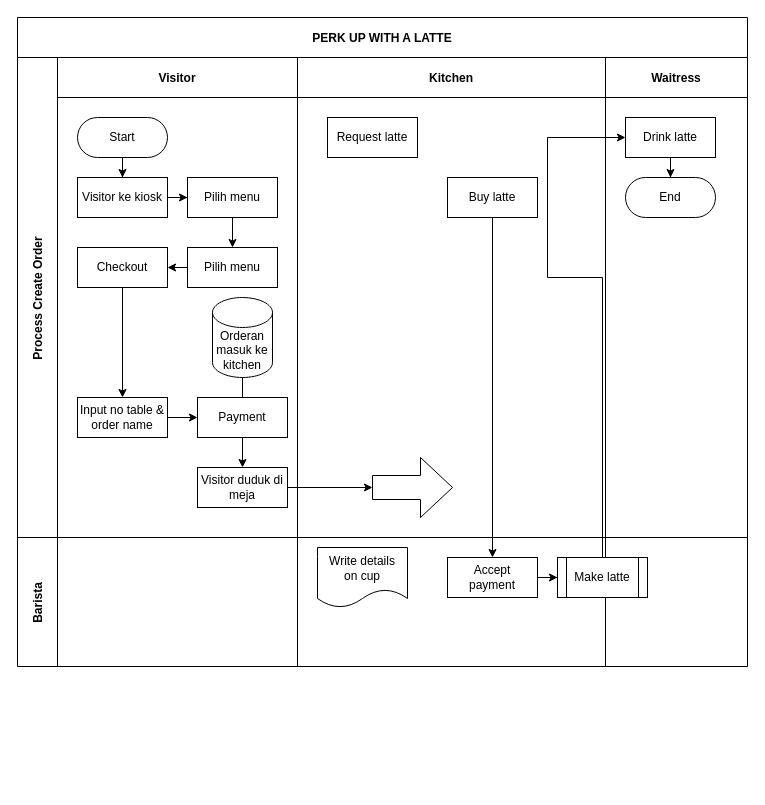
Before: Untitled Diagram.drawio in liemichael20/checkout-demo-laravel, a draw.io diagram. Source tidied: cells renumbered, new cells numbered last; positions are measured from the earlier drawing's top-left corner, leaving out a move shared by most shapes. Both pictures are drawn from the tidied source at 100%, with x=0, y=0 at pixel (17, 17).
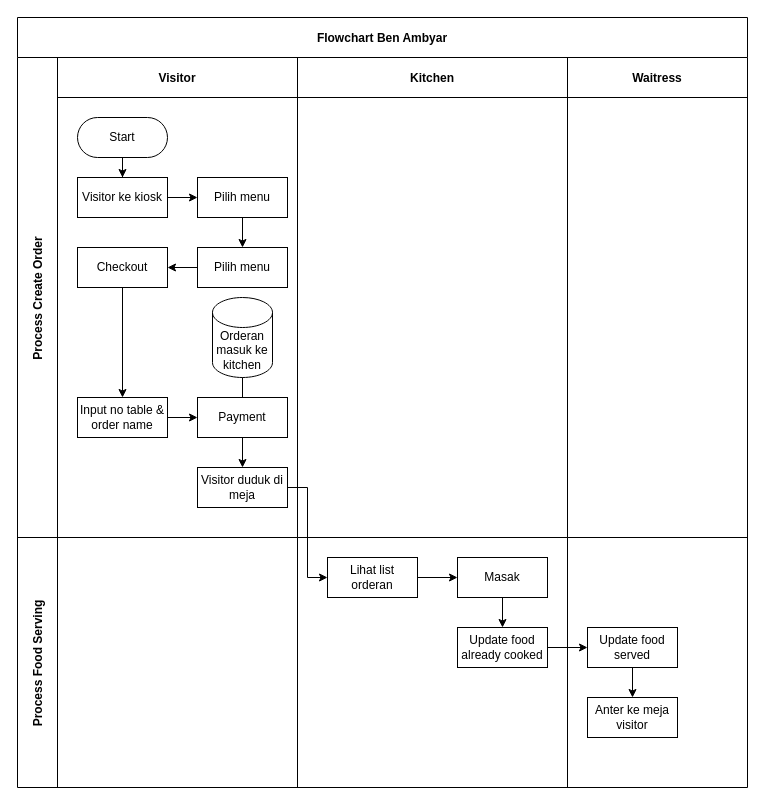
After the change.

Commit message (it also covers changes not shown here):
Ben Ambyar Resto App

Unchanged cells that the change refers to:
```xml
<mxCell id="3" value="Process Create Order" style="shape=tableRow;horizontal=0;swimlaneHead=0;swimlaneBody=0;top=0;left=0;bottom=0;right=0;fillColor=none;startSize=40;fontStyle=1;verticalAlign=middle;" parent="2" vertex="1">
  <mxGeometry y="40" width="730" height="480" as="geometry" />
</mxCell>
<mxCell id="4" value="Visitor" style="swimlane;swimlaneHead=0;swimlaneBody=0;fillColor=none;startSize=40;fontStyle=1;" parent="3" vertex="1">
  <mxGeometry x="40" width="240" height="480" as="geometry" />
</mxCell>
<mxCell id="21" value="Visitor duduk di meja" style="rounded=0;whiteSpace=wrap;html=1;" parent="4" vertex="1">
  <mxGeometry x="140" y="410" width="90" height="40" as="geometry" />
</mxCell>
```

Change to the diagram source:
```diff
@@
-    <mxCell id="2" value="PERK UP WITH A LATTE" style="shape=table;childLayout=tableLayout;startSize=40;fillColor=none;fontStyle=1;strokeColor=default;" parent="1" vertex="1">
-      <mxGeometry width="730" height="649" as="geometry" />
+    <mxCell id="2" value="Flowchart Ben Ambyar" style="shape=table;childLayout=tableLayout;startSize=40;fillColor=none;fontStyle=1;strokeColor=default;" parent="1" vertex="1">
+      <mxGeometry width="730" height="770" as="geometry" />
     </mxCell>
@@
     <mxCell id="8" value="Pilih menu" style="rounded=0;whiteSpace=wrap;html=1;" parent="4" vertex="1">
-      <mxGeometry x="130" y="120" width="90" height="40" as="geometry" />
+      <mxGeometry x="140" y="120" width="90" height="40" as="geometry" />
     </mxCell>
@@
     <mxCell id="10" value="Pilih menu" style="rounded=0;whiteSpace=wrap;html=1;" parent="4" vertex="1">
-      <mxGeometry x="130" y="190" width="90" height="40" as="geometry" />
+      <mxGeometry x="140" y="190" width="90" height="40" as="geometry" />
     </mxCell>
@@
     <mxCell id="22" value="Kitchen" style="swimlane;swimlaneHead=0;swimlaneBody=0;fillColor=none;startSize=40;fontStyle=1;" parent="3" vertex="1">
-      <mxGeometry x="280" width="308" height="480" as="geometry" />
+      <mxGeometry x="280" width="270" height="480" as="geometry" />
     </mxCell>
-    <mxCell id="23" value="Request latte" style="rounded=0;whiteSpace=wrap;html=1;" parent="22" vertex="1">
-      <mxGeometry x="30" y="60" width="90" height="40" as="geometry" />
-    </mxCell>
-    <mxCell id="24" value="Buy latte" style="rounded=0;whiteSpace=wrap;html=1;" parent="22" vertex="1">
-      <mxGeometry x="150" y="120" width="90" height="40" as="geometry" />
-    </mxCell>
-    <mxCell id="25" style="shape=singleArrow;whiteSpace=wrap;html=1;arrowWidth=0.4;arrowSize=0.4;rounded=0;" parent="22" vertex="1">
-      <mxGeometry x="75" y="400" width="80" height="60" as="geometry" />
-    </mxCell>
     <mxCell id="26" value="Waitress" style="swimlane;swimlaneHead=0;swimlaneBody=0;fillColor=none;startSize=40;fontStyle=1;" parent="3" vertex="1">
-      <mxGeometry x="588" width="142" height="480" as="geometry" />
+      <mxGeometry x="550" width="180" height="480" as="geometry" />
     </mxCell>
-    <mxCell id="27" style="edgeStyle=orthogonalEdgeStyle;rounded=0;jettySize=auto;html=1;" parent="26" edge="1" source="28" target="29">
-      <mxGeometry relative="1" as="geometry" />
-    </mxCell>
-    <mxCell id="28" value="Drink latte" style="rounded=0;whiteSpace=wrap;html=1;" parent="26" vertex="1">
-      <mxGeometry x="20" y="60" width="90" height="40" as="geometry" />
-    </mxCell>
-    <mxCell id="29" value="End" style="rounded=1;whiteSpace=wrap;html=1;arcSize=50;" parent="26" vertex="1">
-      <mxGeometry x="20" y="120" width="90" height="40" as="geometry" />
-    </mxCell>
-    <mxCell id="30" style="edgeStyle=orthogonalEdgeStyle;rounded=0;jettySize=auto;html=1;" parent="3" edge="1" source="21" target="25">
-      <mxGeometry relative="1" as="geometry" />
-    </mxCell>
-    <mxCell id="31" value="Barista" style="shape=tableRow;horizontal=0;swimlaneHead=0;swimlaneBody=0;top=0;left=0;bottom=0;right=0;fillColor=none;startSize=40;fontStyle=1;" parent="2" vertex="1">
-      <mxGeometry y="520" width="730" height="129" as="geometry" />
+    <mxCell id="31" value="Process Food Serving" style="shape=tableRow;horizontal=0;swimlaneHead=0;swimlaneBody=0;top=0;left=0;bottom=0;right=0;fillColor=none;startSize=40;fontStyle=1;" parent="2" vertex="1">
+      <mxGeometry y="520" width="730" height="250" as="geometry" />
     </mxCell>
     <mxCell id="32" style="swimlane;swimlaneHead=0;swimlaneBody=0;fillColor=none;startSize=0;fontStyle=1;" parent="31" vertex="1">
-      <mxGeometry x="40" width="240" height="129" as="geometry" />
+      <mxGeometry x="40" width="240" height="250" as="geometry" />
     </mxCell>
     <mxCell id="33" style="swimlane;swimlaneHead=0;swimlaneBody=0;fillColor=none;startSize=0;fontStyle=1;" parent="31" vertex="1">
-      <mxGeometry x="280" width="308" height="129" as="geometry" />
+      <mxGeometry x="280" width="270" height="250" as="geometry" />
     </mxCell>
-    <mxCell id="34" style="edgeStyle=orthogonalEdgeStyle;rounded=0;jettySize=auto;html=1;" parent="33" edge="1" source="35" target="37">
-      <mxGeometry relative="1" as="geometry" />
-    </mxCell>
-    <mxCell id="35" value="Accept&lt;br&gt;payment" style="rounded=0;whiteSpace=wrap;html=1;" parent="33" vertex="1">
-      <mxGeometry x="150" y="20" width="90" height="40" as="geometry" />
-    </mxCell>
-    <mxCell id="36" value="Write details&lt;br&gt;on cup" style="shape=document;whiteSpace=wrap;html=1;boundedLbl=1;" parent="33" vertex="1">
-      <mxGeometry x="20" y="10" width="90" height="60" as="geometry" />
-    </mxCell>
-    <mxCell id="37" value="Make latte" style="shape=process;whiteSpace=wrap;html=1;backgroundOutline=1;" parent="33" vertex="1">
-      <mxGeometry x="260" y="20" width="90" height="40" as="geometry" />
-    </mxCell>
+    <mxCell id="23" value="Lihat list orderan" style="rounded=0;whiteSpace=wrap;html=1;" parent="33" vertex="1">
+      <mxGeometry x="30" y="20" width="90" height="40" as="geometry" />
+    </mxCell>
+    <mxCell id="41" style="edgeStyle=orthogonalEdgeStyle;rounded=0;jettySize=auto;html=1;" parent="33" edge="1" source="24" target="43">
+      <mxGeometry relative="1" as="geometry" />
+    </mxCell>
+    <mxCell id="24" value="Masak" style="rounded=0;whiteSpace=wrap;html=1;" parent="33" vertex="1">
+      <mxGeometry x="160" y="20" width="90" height="40" as="geometry" />
+    </mxCell>
+    <mxCell id="42" style="edgeStyle=orthogonalEdgeStyle;rounded=0;jettySize=auto;html=1;" parent="33" edge="1" source="23" target="24">
+      <mxGeometry relative="1" as="geometry" />
+    </mxCell>
+    <mxCell id="43" value="Update food already cooked" style="rounded=0;whiteSpace=wrap;html=1;" parent="33" vertex="1">
+      <mxGeometry x="160" y="90" width="90" height="40" as="geometry" />
+    </mxCell>
     <mxCell id="38" style="swimlane;swimlaneHead=0;swimlaneBody=0;fillColor=none;startSize=0;fontStyle=1;" parent="31" vertex="1">
-      <mxGeometry x="588" width="142" height="129" as="geometry" />
+      <mxGeometry x="550" width="180" height="250" as="geometry" />
     </mxCell>
-    <mxCell id="39" style="edgeStyle=orthogonalEdgeStyle;rounded=0;jettySize=auto;html=1;" parent="2" edge="1" source="24" target="35">
-      <mxGeometry relative="1" as="geometry" />
-    </mxCell>
-    <mxCell id="40" style="edgeStyle=orthogonalEdgeStyle;rounded=0;jettySize=auto;html=1;" parent="2" edge="1" source="37" target="28">
-      <mxGeometry relative="1" as="geometry">
-        <Array as="points">
-          <mxPoint x="530" y="260" />
-          <mxPoint x="530" y="120" />
-        </Array>
-      </mxGeometry>
-    </mxCell>
+    <mxCell id="44" style="edgeStyle=orthogonalEdgeStyle;rounded=0;jettySize=auto;html=1;" parent="38" edge="1" source="45" target="46">
+      <mxGeometry relative="1" as="geometry" />
+    </mxCell>
+    <mxCell id="45" value="Update food served" style="rounded=0;whiteSpace=wrap;html=1;" parent="38" vertex="1">
+      <mxGeometry x="20" y="90" width="90" height="40" as="geometry" />
+    </mxCell>
+    <mxCell id="46" value="Anter ke meja visitor" style="rounded=0;whiteSpace=wrap;html=1;" parent="38" vertex="1">
+      <mxGeometry x="20" y="160" width="90" height="40" as="geometry" />
+    </mxCell>
+    <mxCell id="47" style="edgeStyle=orthogonalEdgeStyle;rounded=0;jettySize=auto;html=1;" parent="31" edge="1" source="43" target="45">
+      <mxGeometry relative="1" as="geometry" />
+    </mxCell>
+    <mxCell id="30" style="edgeStyle=orthogonalEdgeStyle;rounded=0;jettySize=auto;html=1;entryX=0;entryY=0.5;entryDx=0;entryDy=0;" parent="2" edge="1" source="21" target="23">
+      <mxGeometry relative="1" as="geometry" />
+    </mxCell>
```
